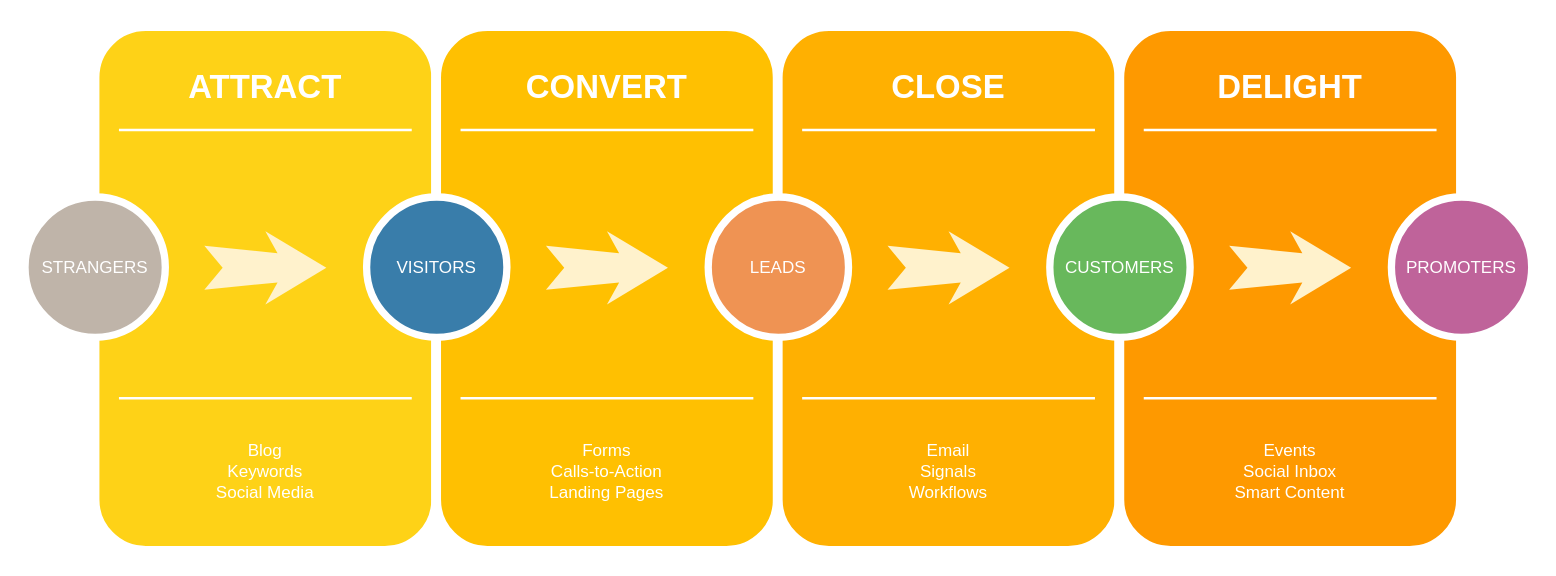
Above: amazon_kt.drawio in moussetomo/amazon_kt (draw.io), before the change. Source tidied: cells renumbered, new cells numbered last; positions are measured from the earlier drawing's top-left corner, leaving out a move shared by most shapes. Both pictures are drawn from the tidied source at 122%, with x=0, y=0 at pixel (24, 26).
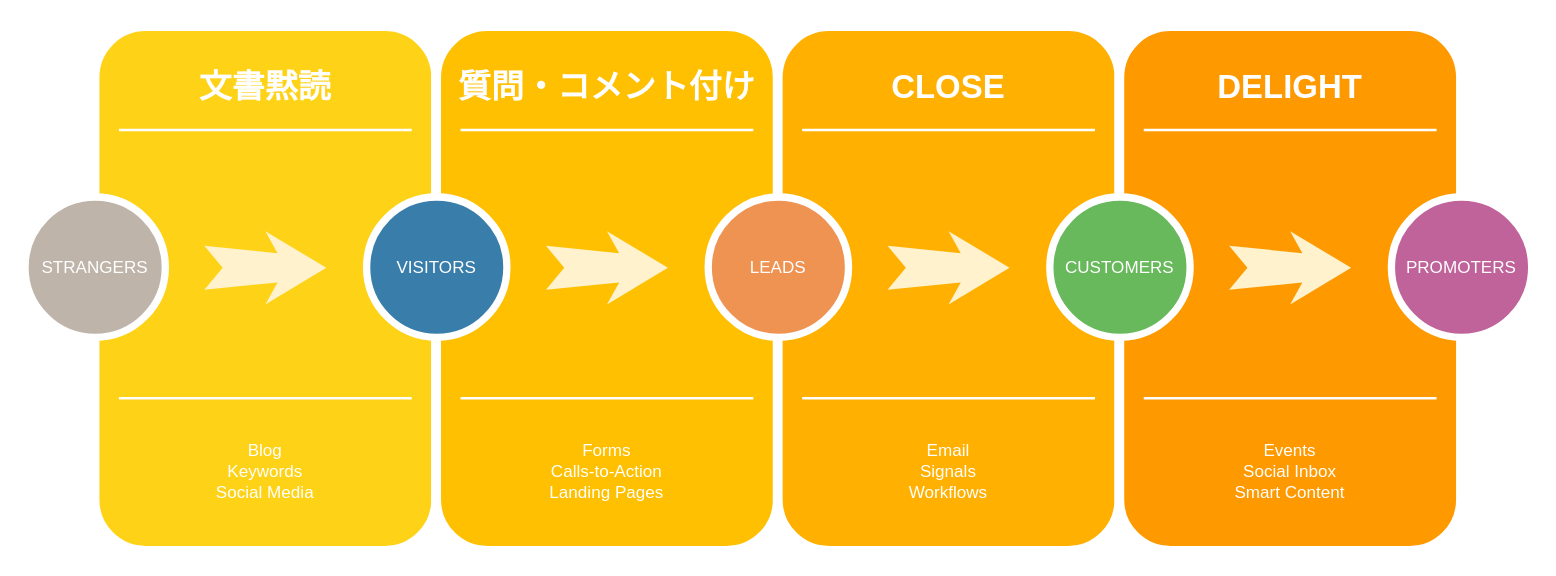
After the change.

The edit, as a diff of the source:
```diff
@@
-    <mxCell id="3" value="ATTRACT" style="text;html=1;strokeColor=none;fillColor=none;align=center;verticalAlign=middle;whiteSpace=wrap;rounded=0;shadow=0;fontSize=27;fontColor=#FFFFFF;fontStyle=1;" parent="1" vertex="1">
+    <mxCell id="3" value="文書黙読" style="text;html=1;strokeColor=none;fillColor=none;align=center;verticalAlign=middle;whiteSpace=wrap;rounded=0;shadow=0;fontSize=27;fontColor=#FFFFFF;fontStyle=1;" parent="1" vertex="1">
       <mxGeometry x="57" y="20" width="280" height="60" as="geometry" />
     </mxCell>
@@
-    <mxCell id="10" value="CONVERT" style="text;html=1;strokeColor=none;fillColor=none;align=center;verticalAlign=middle;whiteSpace=wrap;rounded=0;shadow=0;fontSize=27;fontColor=#FFFFFF;fontStyle=1;" parent="1" vertex="1">
+    <mxCell id="10" value="質問・コメント付け" style="text;html=1;strokeColor=none;fillColor=none;align=center;verticalAlign=middle;whiteSpace=wrap;rounded=0;shadow=0;fontSize=27;fontColor=#FFFFFF;fontStyle=1;" parent="1" vertex="1">
       <mxGeometry x="337" y="20" width="280" height="60" as="geometry" />
     </mxCell>
```
